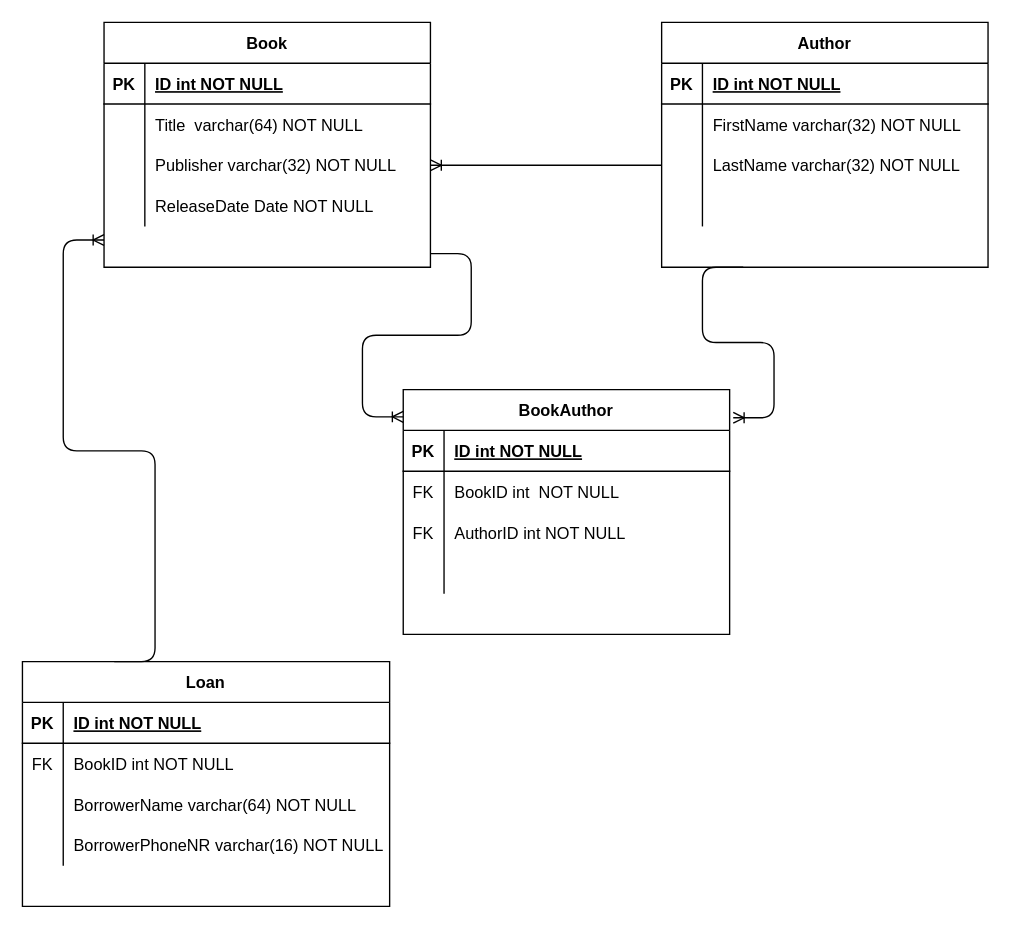
JMonell/DBUppg keeps this draw.io diagram as ER-Diagram.drawio. Above is the earlier version. Source tidied: cells renumbered, new cells numbered last; positions are measured from the earlier drawing's top-left corner, leaving out a move shared by most shapes. Both pictures are drawn from the tidied source at 136%, with x=0, y=0 at pixel (22, 22).
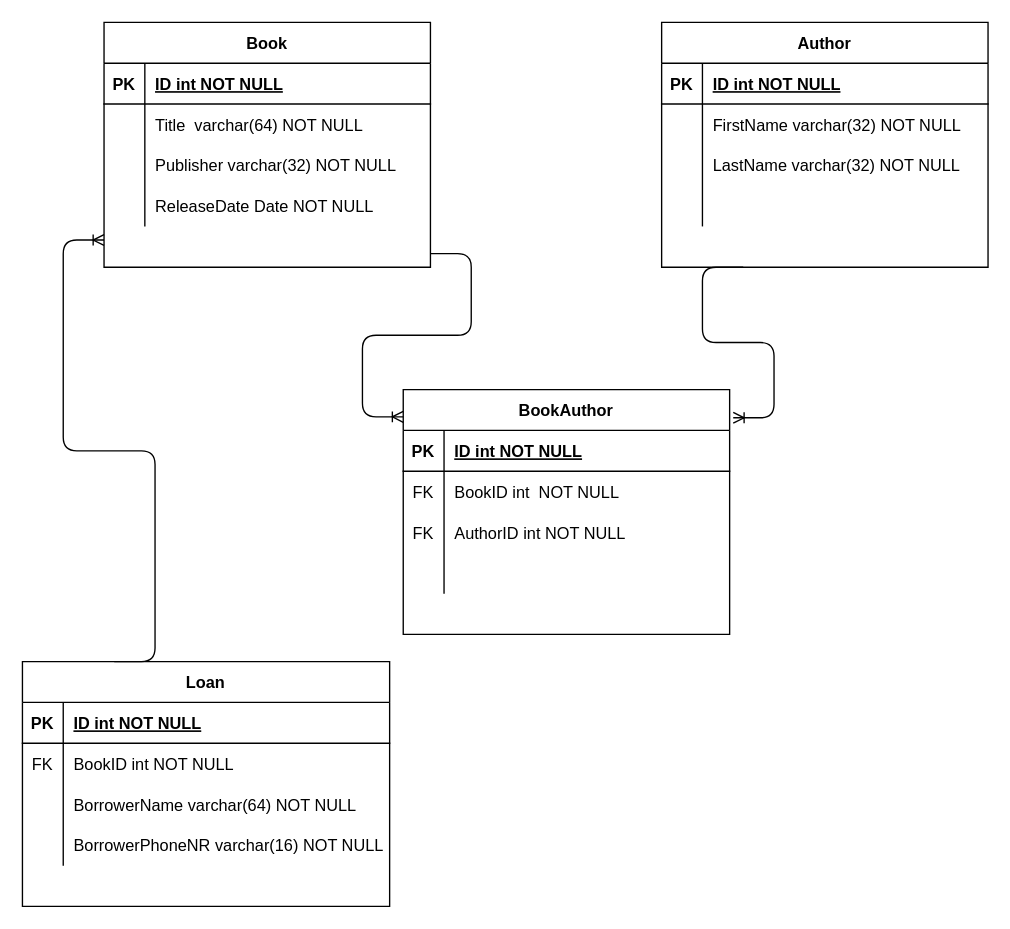
The same diagram, later.

The change refers to these unchanged cells:
```xml
<mxCell id="9" style="shape=tableRow;horizontal=0;startSize=0;swimlaneHead=0;swimlaneBody=0;fillColor=none;points=[[0,0.5],[1,0.5]];portConstraint=eastwest;top=0;left=0;right=0;bottom=0;" parent="2" vertex="1">
  <mxGeometry y="90" width="240" height="30" as="geometry" />
</mxCell>
<mxCell id="22" style="shape=tableRow;horizontal=0;startSize=0;swimlaneHead=0;swimlaneBody=0;fillColor=none;points=[[0,0.5],[1,0.5]];portConstraint=eastwest;top=0;left=0;right=0;bottom=0;" parent="15" vertex="1">
  <mxGeometry y="90" width="240" height="30" as="geometry" />
</mxCell>
```

Diff of the diagram source:
```diff
@@
-    <mxCell id="55" style="edgeStyle=entityRelationEdgeStyle;fontSize=12;html=1;endArrow=ERoneToMany;entryX=1;entryY=0.5;entryDx=0;entryDy=0;exitX=0;exitY=0.5;exitDx=0;exitDy=0;" parent="1" edge="1" source="22" target="9">
-      <mxGeometry relative="1" as="geometry" />
-    </mxCell>
```
